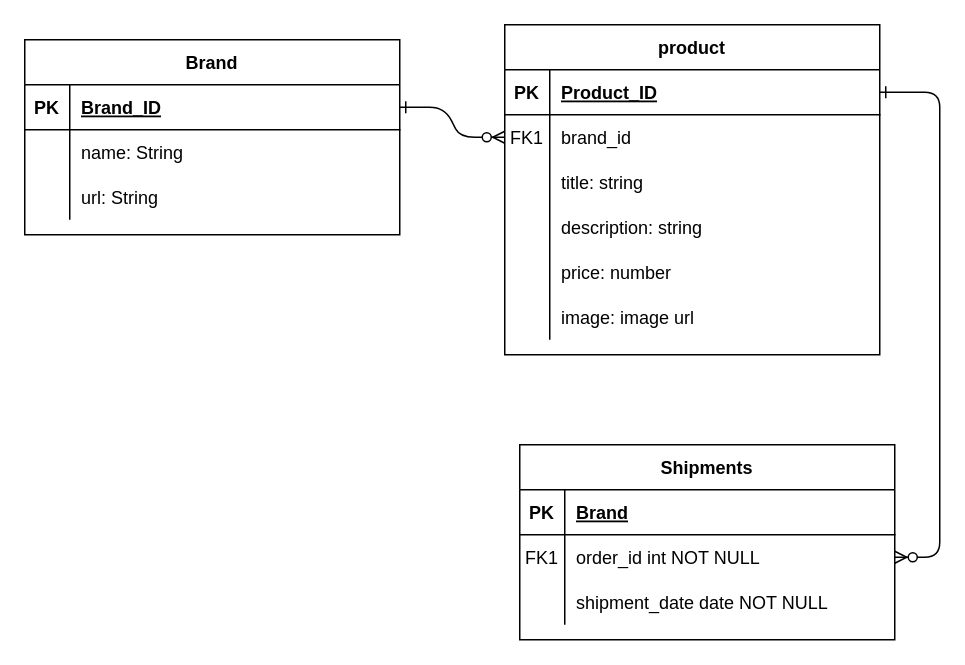
Above: Untitled Diagram.drawio in danimator1/Electronics_u2_full_stackathon (draw.io), before the change. Source tidied: cells renumbered, new cells numbered last; positions are measured from the earlier drawing's top-left corner, leaving out a move shared by most shapes. Both pictures are drawn from the tidied source at 150%, with x=0, y=0 at pixel (24, 24).
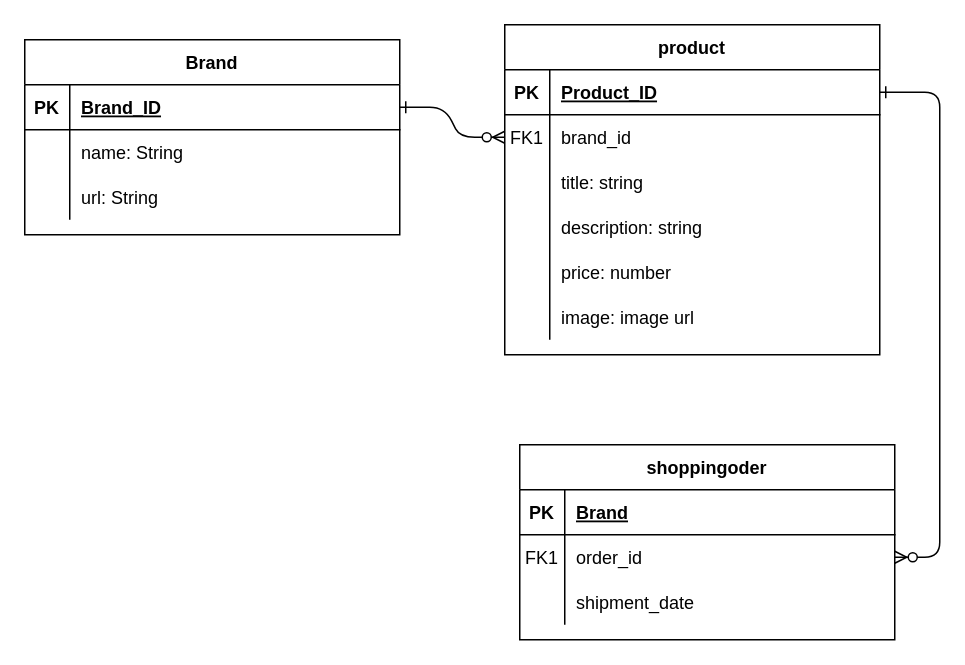
After the change.

The change refers to these unchanged cells:
```xml
<mxCell id="27" style="shape=partialRectangle;fillColor=none;points=[[0,0.5],[1,0.5]];portConstraint=eastwest;top=0;left=0;right=0;bottom=0;" parent="23" vertex="1">
  <mxGeometry y="60" width="250" height="30" as="geometry" />
</mxCell>
<mxCell id="30" style="shape=partialRectangle;fillColor=none;top=0;left=0;right=0;bottom=0;" parent="23" vertex="1">
  <mxGeometry y="90" width="250" height="30" as="geometry" />
</mxCell>
```

The edit, as a diff of the source:
```diff
@@
-    <mxCell id="23" value="Shipments" style="shape=table;startSize=30;childLayout=tableLayout;rowLines=0;fontStyle=1;align=center;" parent="1" vertex="1">
+    <mxCell id="23" value="shoppingoder" style="shape=table;startSize=30;childLayout=tableLayout;rowLines=0;fontStyle=1;align=center;" parent="1" vertex="1">
       <mxGeometry x="330" y="280" width="250" height="130" as="geometry" />
     </mxCell>
@@
-    <mxCell id="29" value="order_id int NOT NULL" style="shape=partialRectangle;overflow=hidden;fillColor=none;top=0;left=0;bottom=0;right=0;align=left;spacingLeft=6;" parent="27" vertex="1">
+    <mxCell id="29" value="order_id " style="shape=partialRectangle;overflow=hidden;fillColor=none;top=0;left=0;bottom=0;right=0;align=left;spacingLeft=6;" parent="27" vertex="1">
       <mxGeometry x="30" width="220" height="30" as="geometry" />
     </mxCell>
@@
-    <mxCell id="32" value="shipment_date date NOT NULL" style="shape=partialRectangle;overflow=hidden;fillColor=none;top=0;left=0;bottom=0;right=0;align=left;spacingLeft=6;" parent="30" vertex="1">
+    <mxCell id="32" value="shipment_date" style="shape=partialRectangle;overflow=hidden;fillColor=none;top=0;left=0;bottom=0;right=0;align=left;spacingLeft=6;" parent="30" vertex="1">
       <mxGeometry x="30" width="220" height="30" as="geometry" />
     </mxCell>
```
